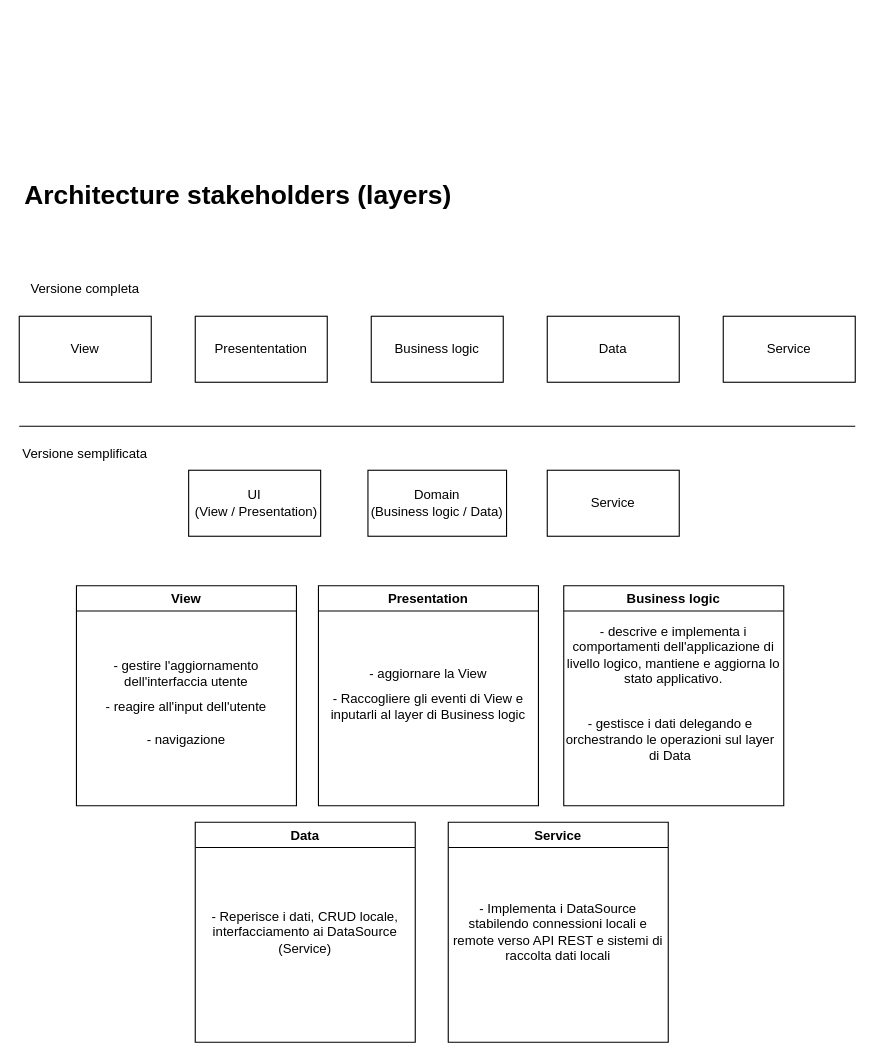
This is tips/architecture-stakeholders.drawio from lorenzo-miuccio/weather-app-flutter, a draw.io file, before an edit. Source tidied: cells renumbered, new cells numbered last; positions are measured from the earlier drawing's top-left corner, leaving out a move shared by most shapes. Both pictures are drawn from the tidied source at 110%, with x=0, y=0 at pixel (19, 173).
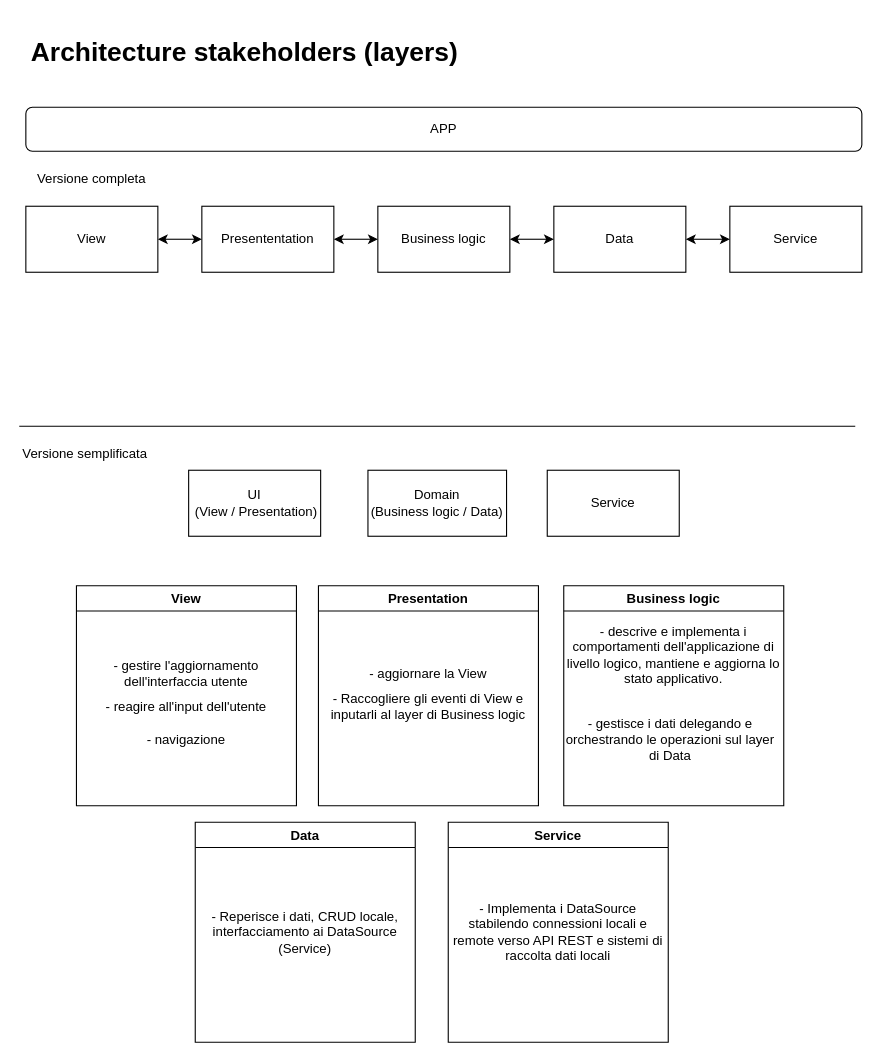
After the change.

Diff of the diagram source:
```diff
@@
     <mxCell id="2" value="&lt;h1&gt;Architecture stakeholders (layers)&lt;/h1&gt;" style="text;html=1;strokeColor=none;fillColor=none;spacing=5;spacingTop=-20;whiteSpace=wrap;overflow=hidden;rounded=0;" parent="1" vertex="1">
-      <mxGeometry width="760" height="70" as="geometry" />
+      <mxGeometry x="6" y="-130" width="760" height="70" as="geometry" />
     </mxCell>
     <mxCell id="3" value="View" style="rounded=0;whiteSpace=wrap;html=1;" parent="1" vertex="1">
-      <mxGeometry y="130" width="120" height="60" as="geometry" />
+      <mxGeometry x="6" y="30" width="120" height="60" as="geometry" />
     </mxCell>
     <mxCell id="4" value="Presententation" style="rounded=0;whiteSpace=wrap;html=1;" parent="1" vertex="1">
-      <mxGeometry x="160" y="130" width="120" height="60" as="geometry" />
+      <mxGeometry x="166" y="30" width="120" height="60" as="geometry" />
     </mxCell>
     <mxCell id="5" value="Business logic" style="rounded=0;whiteSpace=wrap;html=1;" parent="1" vertex="1">
-      <mxGeometry x="320" y="130" width="120" height="60" as="geometry" />
+      <mxGeometry x="326" y="30" width="120" height="60" as="geometry" />
     </mxCell>
     <mxCell id="6" value="Data" style="rounded=0;whiteSpace=wrap;html=1;" parent="1" vertex="1">
-      <mxGeometry x="480" y="130" width="120" height="60" as="geometry" />
+      <mxGeometry x="486" y="30" width="120" height="60" as="geometry" />
     </mxCell>
     <mxCell id="7" value="Service" style="rounded=0;whiteSpace=wrap;html=1;" parent="1" vertex="1">
-      <mxGeometry x="640" y="130" width="120" height="60" as="geometry" />
+      <mxGeometry x="646" y="30" width="120" height="60" as="geometry" />
     </mxCell>
@@
     <mxCell id="11" value="Versione completa" style="text;html=1;strokeColor=none;fillColor=none;align=center;verticalAlign=middle;whiteSpace=wrap;rounded=0;" parent="1" vertex="1">
-      <mxGeometry y="90" width="120" height="30" as="geometry" />
+      <mxGeometry x="6" y="-10" width="120" height="30" as="geometry" />
     </mxCell>
@@
+    <mxCell id="28" style="endArrow=classic;startArrow=classic;html=1;exitX=1;exitY=0.5;exitDx=0;exitDy=0;entryX=0;entryY=0.5;entryDx=0;entryDy=0;" parent="1" edge="1" source="3" target="4">
+      <mxGeometry relative="1" as="geometry" />
+    </mxCell>
+    <mxCell id="29" style="endArrow=classic;startArrow=classic;html=1;exitX=1;exitY=0.5;exitDx=0;exitDy=0;" parent="1" edge="1" source="4" target="5">
+      <mxGeometry relative="1" as="geometry" />
+    </mxCell>
+    <mxCell id="30" style="endArrow=classic;startArrow=classic;html=1;exitX=1;exitY=0.5;exitDx=0;exitDy=0;" parent="1" edge="1" source="5" target="6">
+      <mxGeometry relative="1" as="geometry" />
+    </mxCell>
+    <mxCell id="31" style="endArrow=classic;startArrow=classic;html=1;exitX=1;exitY=0.5;exitDx=0;exitDy=0;" parent="1" edge="1" source="6" target="7">
+      <mxGeometry relative="1" as="geometry" />
+    </mxCell>
+    <mxCell id="32" value="APP" style="rounded=1;whiteSpace=wrap;html=1;" parent="1" vertex="1">
+      <mxGeometry x="6" y="-60" width="760" height="40" as="geometry" />
+    </mxCell>
```
